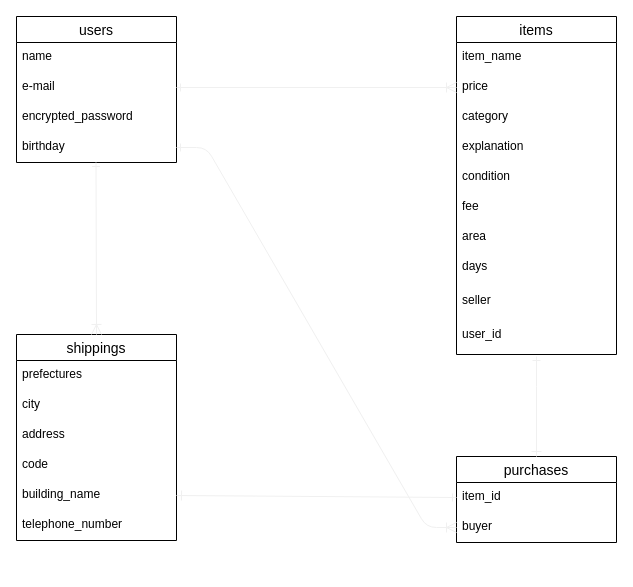
This is config/furima.dio from halty0330/furima-35914, a draw.io file, before an edit. Source tidied: cells renumbered, new cells numbered last; positions are measured from the earlier drawing's top-left corner, leaving out a move shared by most shapes. Both pictures are drawn from the tidied source at 100%, with x=0, y=0 at pixel (16, 16).
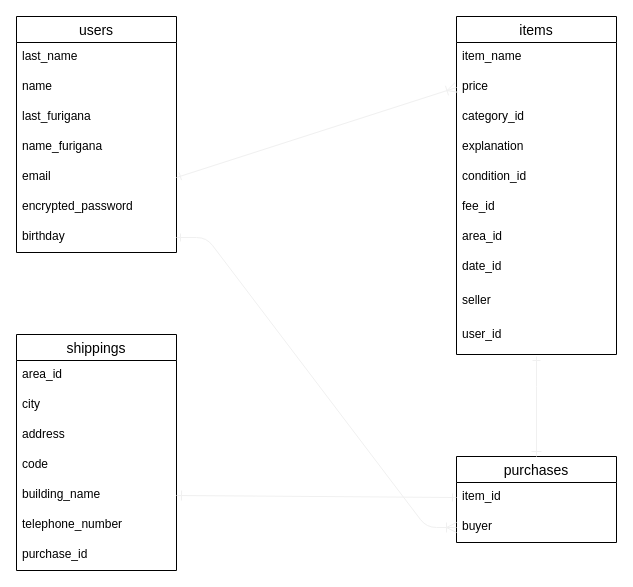
After the change.

Unchanged cells that the change refers to:
```xml
<mxCell id="14" value="items" style="swimlane;fontStyle=0;horizontal=1;startSize=26;align=center;fontSize=14;" parent="1" vertex="1">
  <mxGeometry x="440" width="160" height="338" as="geometry" />
</mxCell>
```

What changed in the source:
```diff
@@
     <mxCell id="2" value="users" style="swimlane;fontStyle=0;horizontal=1;startSize=26;align=center;fontSize=14;" parent="1" vertex="1">
-      <mxGeometry width="160" height="146" as="geometry" />
+      <mxGeometry width="160" height="236" as="geometry" />
     </mxCell>
+    <mxCell id="33" value="last_name" style="text;strokeColor=none;fillColor=none;spacingLeft=4;spacingRight=4;overflow=hidden;fontSize=12;" parent="2" vertex="1">
+      <mxGeometry y="26" width="160" height="30" as="geometry" />
+    </mxCell>
     <mxCell id="3" value="name" style="text;strokeColor=none;fillColor=none;spacingLeft=4;spacingRight=4;overflow=hidden;fontSize=12;" parent="2" vertex="1">
-      <mxGeometry y="26" width="160" height="30" as="geometry" />
+      <mxGeometry y="56" width="160" height="30" as="geometry" />
     </mxCell>
+    <mxCell id="34" value="last_furigana" style="text;strokeColor=none;fillColor=none;spacingLeft=4;spacingRight=4;overflow=hidden;fontSize=12;" parent="2" vertex="1">
+      <mxGeometry y="86" width="160" height="30" as="geometry" />
+    </mxCell>
+    <mxCell id="35" value="name_furigana" style="text;strokeColor=none;fillColor=none;spacingLeft=4;spacingRight=4;overflow=hidden;fontSize=12;" parent="2" vertex="1">
+      <mxGeometry y="116" width="160" height="30" as="geometry" />
+    </mxCell>
-    <mxCell id="4" value="e-mail" style="text;strokeColor=none;fillColor=none;spacingLeft=4;spacingRight=4;overflow=hidden;points=[[0,0.5],[1,0.5]];portConstraint=eastwest;fontSize=12;" parent="2" vertex="1">
-      <mxGeometry y="56" width="160" height="30" as="geometry" />
+    <mxCell id="4" value="email" style="text;strokeColor=none;fillColor=none;spacingLeft=4;spacingRight=4;overflow=hidden;points=[[0,0.5],[1,0.5]];portConstraint=eastwest;fontSize=12;" parent="2" vertex="1">
+      <mxGeometry y="146" width="160" height="30" as="geometry" />
     </mxCell>
     <mxCell id="5" value="encrypted_password" style="text;strokeColor=none;fillColor=none;spacingLeft=4;spacingRight=4;overflow=hidden;fontSize=12;" parent="2" vertex="1">
-      <mxGeometry y="86" width="160" height="30" as="geometry" />
+      <mxGeometry y="176" width="160" height="30" as="geometry" />
     </mxCell>
     <mxCell id="6" value="birthday" style="text;strokeColor=none;fillColor=none;spacingLeft=4;spacingRight=4;overflow=hidden;points=[[0,0.5],[1,0.5]];portConstraint=eastwest;fontSize=12;" parent="2" vertex="1">
-      <mxGeometry y="116" width="160" height="30" as="geometry" />
+      <mxGeometry y="206" width="160" height="30" as="geometry" />
     </mxCell>
     <mxCell id="7" value="shippings" style="swimlane;fontStyle=0;horizontal=1;startSize=26;align=center;fontSize=14;" parent="1" vertex="1">
-      <mxGeometry y="318" width="160" height="206" as="geometry" />
+      <mxGeometry y="318" width="160" height="236" as="geometry" />
     </mxCell>
-    <mxCell id="8" value="prefectures" style="text;strokeColor=none;fillColor=none;spacingLeft=4;spacingRight=4;overflow=hidden;fontSize=12;" parent="7" vertex="1">
+    <mxCell id="8" value="area_id" style="text;strokeColor=none;fillColor=none;spacingLeft=4;spacingRight=4;overflow=hidden;fontSize=12;" parent="7" vertex="1">
       <mxGeometry y="26" width="160" height="30" as="geometry" />
     </mxCell>
@@
+    <mxCell id="36" value="purchase_id" style="text;strokeColor=none;fillColor=none;spacingLeft=4;spacingRight=4;overflow=hidden;fontSize=12;" parent="7" vertex="1">
+      <mxGeometry y="206" width="160" height="30" as="geometry" />
+    </mxCell>
@@
-    <mxCell id="17" value="category" style="text;strokeColor=none;fillColor=none;spacingLeft=4;spacingRight=4;overflow=hidden;fontSize=12;" parent="14" vertex="1">
+    <mxCell id="17" value="category_id" style="text;strokeColor=none;fillColor=none;spacingLeft=4;spacingRight=4;overflow=hidden;fontSize=12;" parent="14" vertex="1">
       <mxGeometry y="86" width="160" height="30" as="geometry" />
     </mxCell>
@@
-    <mxCell id="19" value="condition" style="text;strokeColor=none;fillColor=none;spacingLeft=4;spacingRight=4;overflow=hidden;fontSize=12;" parent="14" vertex="1">
+    <mxCell id="19" value="condition_id" style="text;strokeColor=none;fillColor=none;spacingLeft=4;spacingRight=4;overflow=hidden;fontSize=12;" parent="14" vertex="1">
       <mxGeometry y="146" width="160" height="30" as="geometry" />
     </mxCell>
-    <mxCell id="20" value="fee" style="text;strokeColor=none;fillColor=none;spacingLeft=4;spacingRight=4;overflow=hidden;fontSize=12;" parent="14" vertex="1">
+    <mxCell id="20" value="fee_id" style="text;strokeColor=none;fillColor=none;spacingLeft=4;spacingRight=4;overflow=hidden;fontSize=12;" parent="14" vertex="1">
       <mxGeometry y="176" width="160" height="30" as="geometry" />
     </mxCell>
-    <mxCell id="21" value="area" style="text;strokeColor=none;fillColor=none;spacingLeft=4;spacingRight=4;overflow=hidden;fontSize=12;" parent="14" vertex="1">
+    <mxCell id="21" value="area_id" style="text;strokeColor=none;fillColor=none;spacingLeft=4;spacingRight=4;overflow=hidden;fontSize=12;" parent="14" vertex="1">
       <mxGeometry y="206" width="160" height="30" as="geometry" />
     </mxCell>
-    <mxCell id="22" value="days" style="text;strokeColor=none;fillColor=none;spacingLeft=4;spacingRight=4;overflow=hidden;fontSize=12;" parent="14" vertex="1">
+    <mxCell id="22" value="date_id" style="text;strokeColor=none;fillColor=none;spacingLeft=4;spacingRight=4;overflow=hidden;fontSize=12;" parent="14" vertex="1">
       <mxGeometry y="236" width="160" height="34" as="geometry" />
     </mxCell>
@@
-    <mxCell id="32" style="edgeStyle=none;rounded=0;jumpSize=6;jettySize=auto;html=1;entryX=0.5;entryY=0;entryDx=0;entryDy=0;startArrow=ERone;startFill=0;endArrow=ERoneToMany;endFill=0;endSize=8;strokeColor=#f0f0f0;strokeWidth=1;" parent="1" edge="1" target="7">
-      <mxGeometry relative="1" as="geometry">
-        <mxPoint x="79.5" y="146" as="sourcePoint" />
-      </mxGeometry>
-    </mxCell>
```
